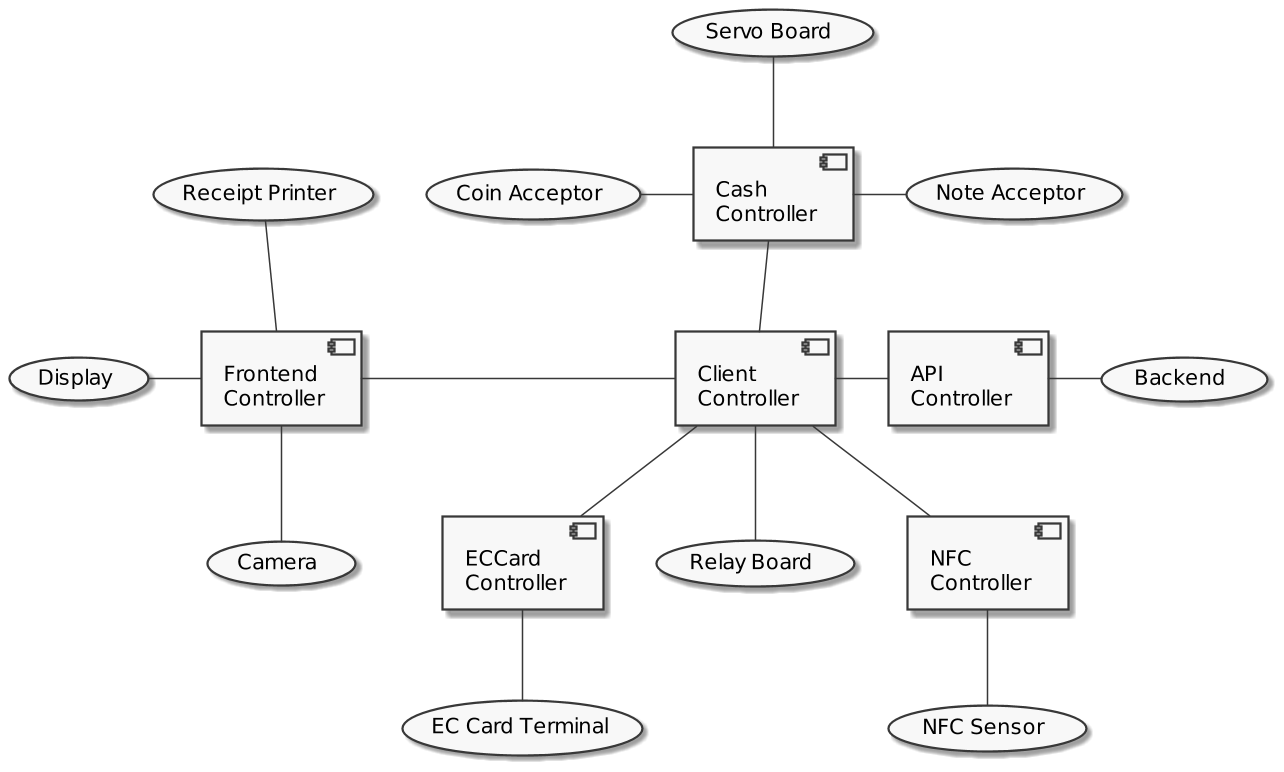
This is img/controllers.png from FerryTix/diagrams, a PlantUML export, as it was before one commit. Source of this version:
```plantuml
@startuml
scale 1.5
skinparam monochrome true

[Client\nController] -- [NFC\nController]
(NFC Sensor) -up- [NFC\nController]

(Display) - [Frontend\nController]
(Receipt Printer) -- [Frontend\nController]
(Camera) -up- [Frontend\nController]
[Frontend\nController] - [Client\nController]

[Client\nController] - [API\nController]
[API\nController] - (Backend)

[Cash\nController] -- [Client\nController]
[Cash\nController] - (Note Acceptor)
[Cash\nController] -up- (Servo Board)
(Coin Acceptor) - [Cash\nController]

[Client\nController] -- [ECCard\nController]
[ECCard\nController] -- (EC Card Terminal)

[Client\nController] -- (Relay Board)

@enduml
```
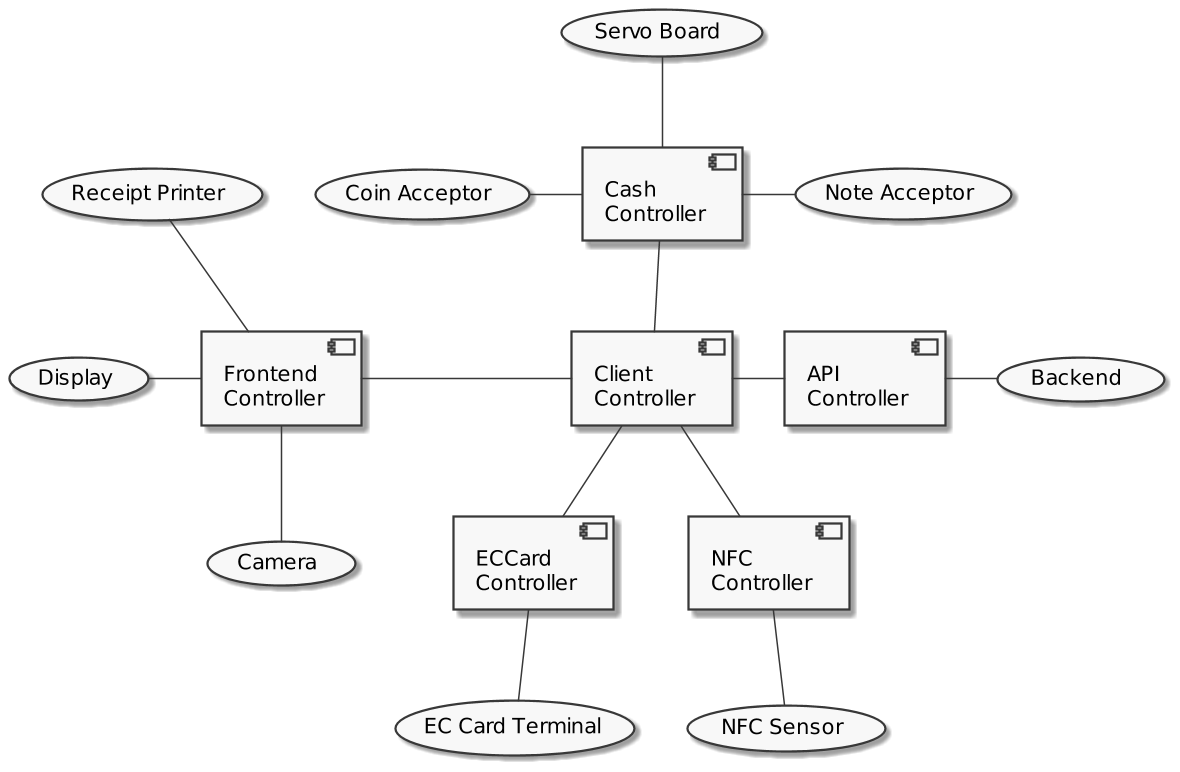
After the commit.

Commit message:
remove relay board from client controller

Change to the diagram source:
```diff
@@ -21,6 +21,5 @@
 [Client\nController] -- [ECCard\nController]
 [ECCard\nController] -- (EC Card Terminal)
 
-[Client\nController] -- (Relay Board)
 
 @enduml
```
